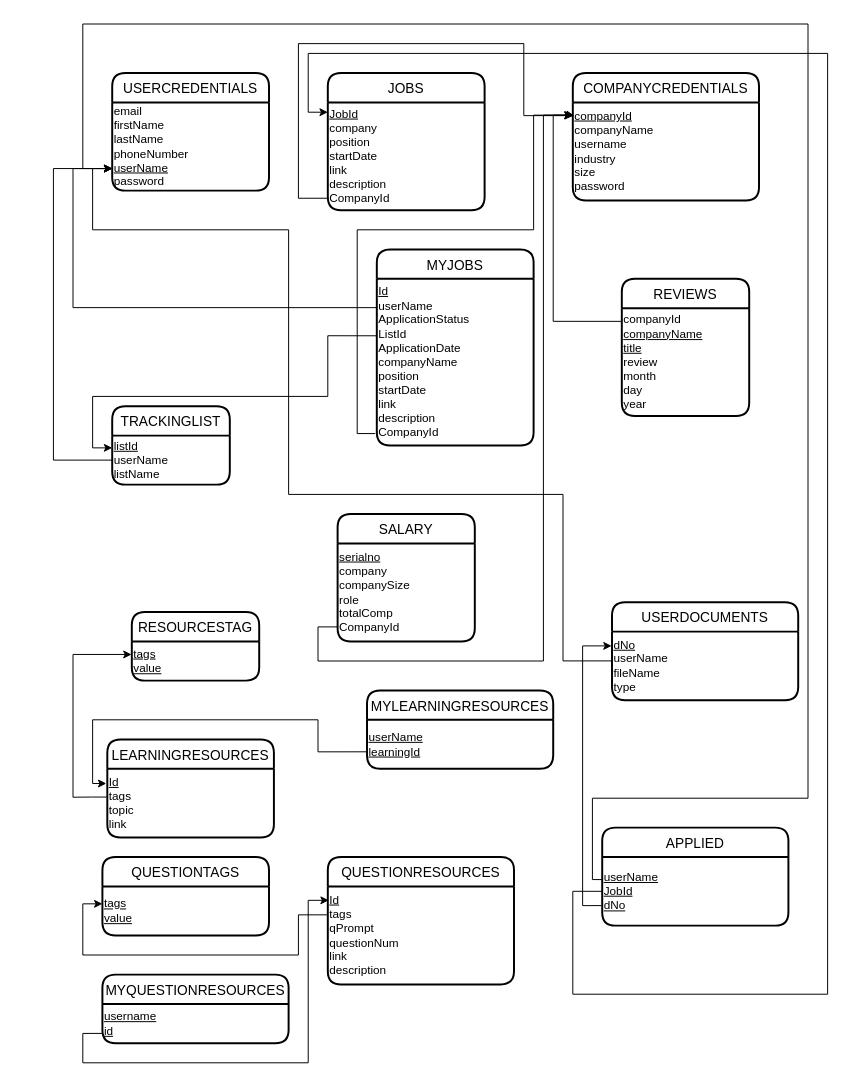
num4n1/SWESeek keeps this draw.io diagram as RelationalModel-Report.drawio. Above is the earlier version. Source tidied: cells renumbered, new cells numbered last; positions are measured from the earlier drawing's top-left corner, leaving out a move shared by most shapes. Both pictures are drawn from the tidied source at 98%, with x=0, y=0 at pixel (53, 24).
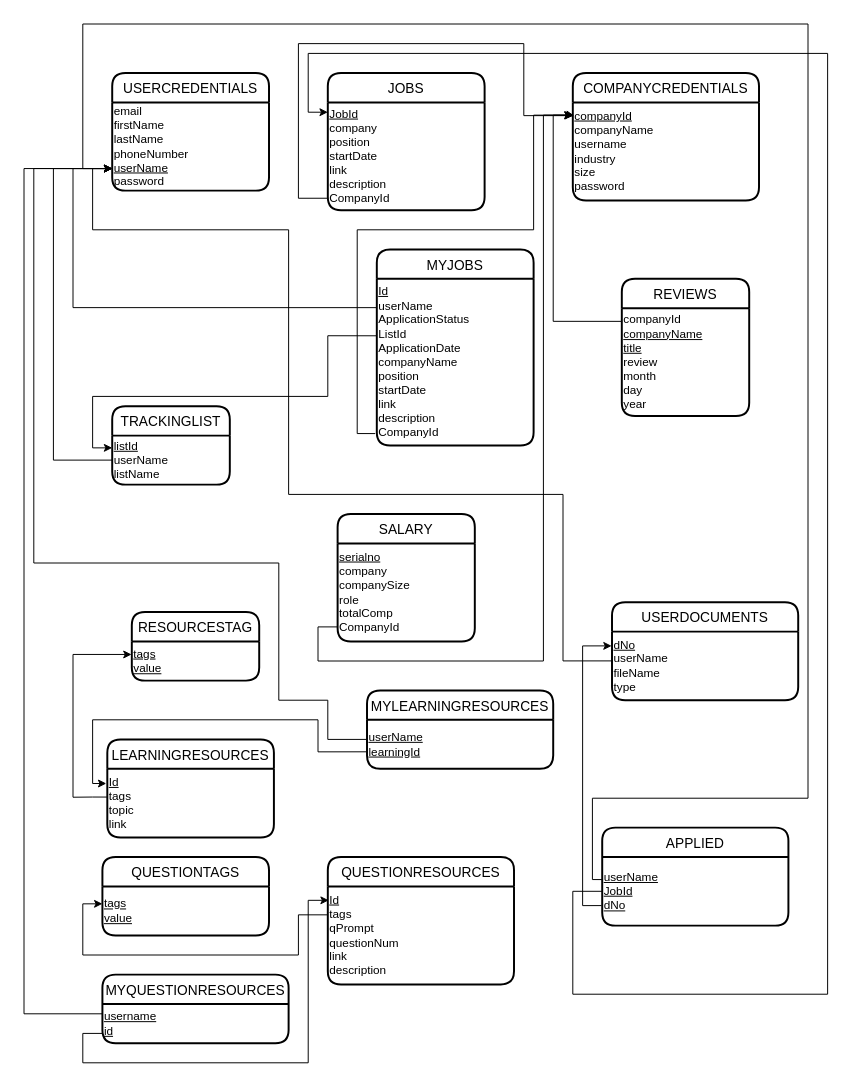
The same page after the edit.

The change refers to these unchanged cells:
```xml
<mxCell id="3" value="&lt;span&gt;email&lt;/span&gt;&lt;br style=&quot;padding: 0px ; margin: 0px&quot;&gt;&lt;span&gt;firstName&lt;/span&gt;&lt;br style=&quot;padding: 0px ; margin: 0px&quot;&gt;&lt;span&gt;lastName&lt;/span&gt;&lt;br style=&quot;padding: 0px ; margin: 0px&quot;&gt;&lt;span&gt;phoneNumber&lt;/span&gt;&lt;br style=&quot;padding: 0px ; margin: 0px&quot;&gt;&lt;span&gt;&lt;u&gt;userName&lt;/u&gt;&lt;/span&gt;&lt;br style=&quot;padding: 0px ; margin: 0px&quot;&gt;&lt;span&gt;password&lt;/span&gt;" style="text;html=1;strokeColor=none;fillColor=none;align=left;verticalAlign=middle;whiteSpace=wrap;rounded=0;" parent="2" vertex="1">
  <mxGeometry y="30" width="160" height="90" as="geometry" />
</mxCell>
<mxCell id="29" value="&lt;u&gt;userName&lt;br&gt;learningId&lt;/u&gt;" style="text;html=1;strokeColor=none;fillColor=none;align=left;verticalAlign=middle;whiteSpace=wrap;rounded=0;" parent="28" vertex="1">
  <mxGeometry y="30" width="190" height="50" as="geometry" />
</mxCell>
<mxCell id="37" value="&lt;u&gt;username&lt;br&gt;id&lt;br&gt;&lt;/u&gt;" style="text;html=1;strokeColor=none;fillColor=none;align=left;verticalAlign=middle;whiteSpace=wrap;rounded=0;" parent="36" vertex="1">
  <mxGeometry y="30" width="190" height="40" as="geometry" />
</mxCell>
```

What changed in the source:
```diff
@@
+    <mxCell id="47" style="edgeStyle=orthogonalEdgeStyle;rounded=0;jettySize=auto;html=1;exitX=0;exitY=0.5;exitDx=0;exitDy=0;elbow=vertical;entryX=0;entryY=0.75;entryDx=0;entryDy=0;" parent="1" edge="1" source="29" target="3">
+      <mxGeometry relative="1" as="geometry">
+        <Array as="points">
+          <mxPoint x="320" y="730" />
+          <mxPoint x="280" y="730" />
+          <mxPoint x="280" y="690" />
+          <mxPoint x="230" y="690" />
+          <mxPoint x="230" y="550" />
+          <mxPoint x="-20" y="550" />
+          <mxPoint x="-20" y="148" />
+        </Array>
+      </mxGeometry>
+    </mxCell>
+    <mxCell id="48" style="edgeStyle=orthogonalEdgeStyle;rounded=0;jettySize=auto;html=1;exitX=0;exitY=0.25;exitDx=0;exitDy=0;elbow=vertical;entryX=0;entryY=0.75;entryDx=0;entryDy=0;" parent="1" edge="1" source="37" target="3">
+      <mxGeometry relative="1" as="geometry">
+        <Array as="points">
+          <mxPoint x="-30" y="1010" />
+          <mxPoint x="-30" y="148" />
+        </Array>
+      </mxGeometry>
+    </mxCell>
```
